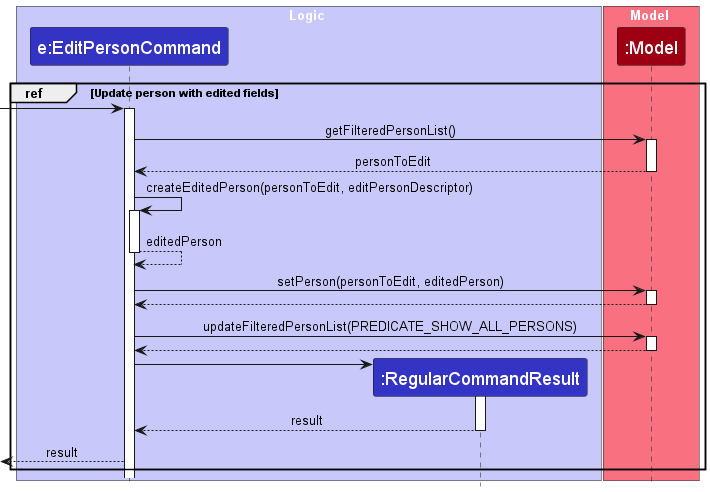
This is docs/images/UpdatePersonRefSequenceDiagram.png from oeggy03/tp, a PlantUML export, as it was before one commit. The source it was exported from:
```plantuml
@startuml
group ref [Update person with edited fields]
    !include style.puml
    skinparam ArrowFontStyle plain
    skinparam sequenceReferenceBackgroundColor white

    box Logic LOGIC_COLOR_T1
    participant "e:EditPersonCommand" as EditPersonCommand LOGIC_COLOR
    participant ":RegularCommandResult" as RegularCommandResult LOGIC_COLOR
    end box

    box Model MODEL_COLOR_T1
    participant ":Model" as Model MODEL_COLOR
    end box

    [-> EditPersonCommand
     activate EditPersonCommand

    EditPersonCommand -> Model : getFilteredPersonList()
    activate Model

    Model --> EditPersonCommand : personToEdit
    deactivate Model

    EditPersonCommand -> EditPersonCommand : createEditedPerson(personToEdit, editPersonDescriptor)
    activate EditPersonCommand

    EditPersonCommand --> EditPersonCommand : editedPerson
    deactivate EditPersonCommand

    EditPersonCommand -> Model : setPerson(personToEdit, editedPerson)
    activate Model

    Model --> EditPersonCommand
    deactivate Model

    EditPersonCommand -> Model : updateFilteredPersonList(PREDICATE_SHOW_ALL_PERSONS)
    activate Model

    Model --> EditPersonCommand
    deactivate Model

    create RegularCommandResult
    EditPersonCommand -> RegularCommandResult
    activate RegularCommandResult

    RegularCommandResult --> EditPersonCommand : result
    deactivate RegularCommandResult

    [<--EditPersonCommand : result
end
@enduml
```
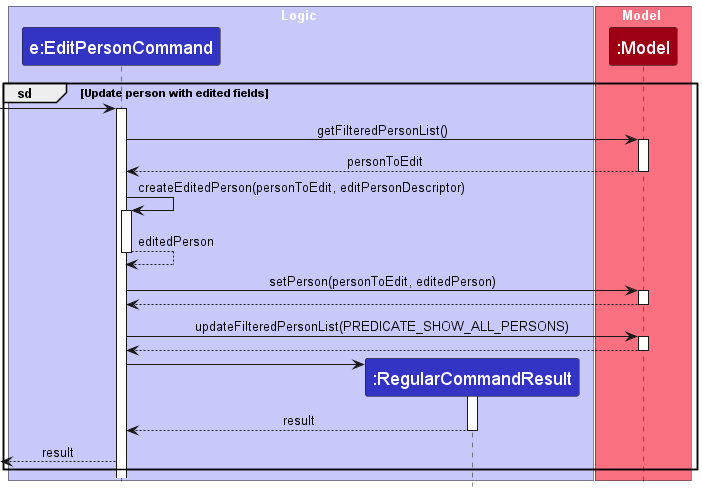
Above is the later version.

Commit message:
Fix mistakes in sequence diagrams

The edit, as a diff of the source:
```diff
@@ -1,5 +1,5 @@
 @startuml
-group ref [Update person with edited fields]
+group sd [Update person with edited fields]
     !include style.puml
     skinparam ArrowFontStyle plain
     skinparam sequenceReferenceBackgroundColor white
```
